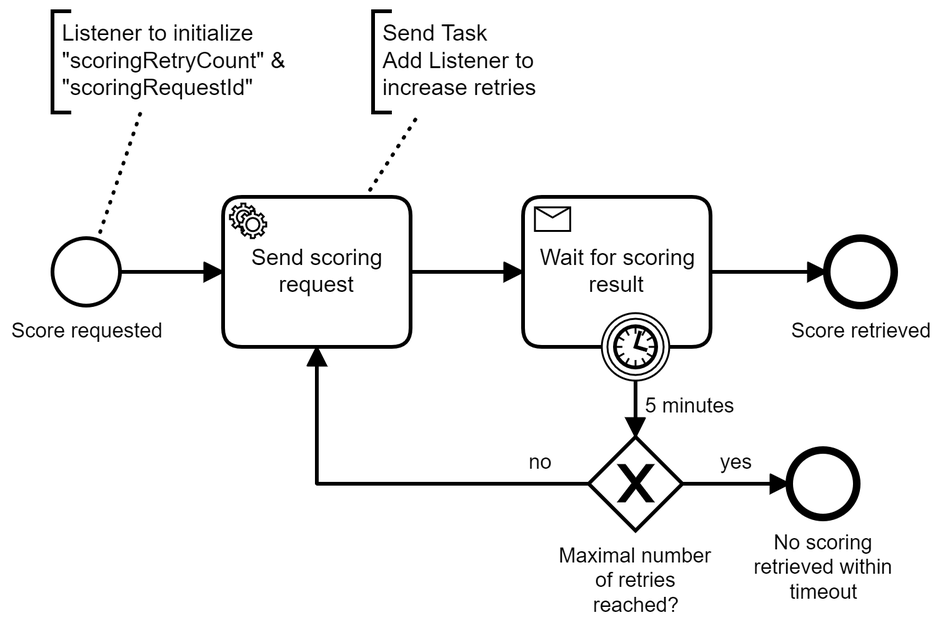
berndruecker/customer-onboarding-camunda-8-springboot-extended keeps this BPMN diagram as docs/customer-scoring.png. Above is the earlier version. Its source is kept beside it as src/main/resources/customer-scoring.bpmn. Ids are renumbered.
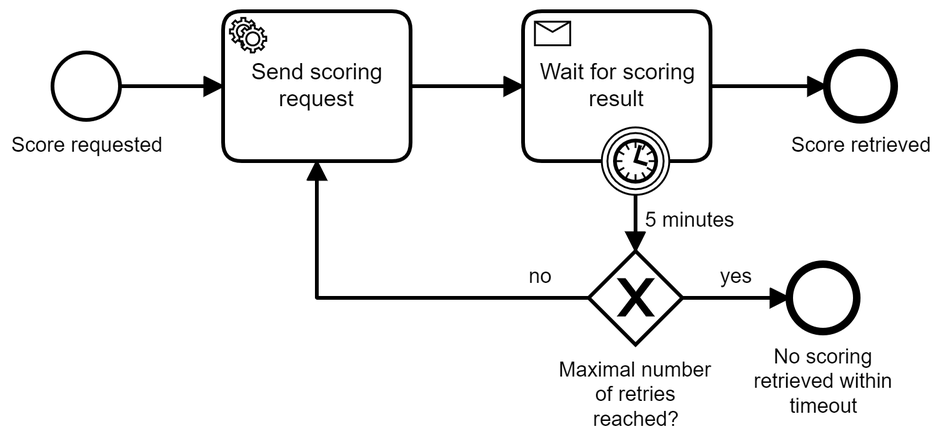
Later version of the same file.

Commit message:
Added testcase using testcontainer (for Zeebe and RabbitMQ)

Change to the diagram source:
```diff
@@ -1,4 +1,4 @@
-<bpmn:definitions xmlns:bpmn="http://www.omg.org/spec/BPMN/20100524/MODEL" xmlns:bpmndi="http://www.omg.org/spec/BPMN/20100524/DI" xmlns:dc="http://www.omg.org/spec/DD/20100524/DC" xmlns:di="http://www.omg.org/spec/DD/20100524/DI" xmlns:zeebe="http://camunda.org/schema/zeebe/1.0" xmlns:xsi="http://www.w3.org/2001/XMLSchema-instance" id="Definitions_n1" targetNamespace="http://bpmn.io/schema/bpmn" exporter="Zeebe Modeler" exporterVersion="0.11.0">
+<bpmn:definitions xmlns:bpmn="http://www.omg.org/spec/BPMN/20100524/MODEL" xmlns:bpmndi="http://www.omg.org/spec/BPMN/20100524/DI" xmlns:dc="http://www.omg.org/spec/DD/20100524/DC" xmlns:di="http://www.omg.org/spec/DD/20100524/DI" xmlns:zeebe="http://camunda.org/schema/zeebe/1.0" xmlns:xsi="http://www.w3.org/2001/XMLSchema-instance" id="Definitions_n1" targetNamespace="http://bpmn.io/schema/bpmn" exporter="Camunda Modeler" exporterVersion="5.0.0">
   <bpmn:process id="customer-scoring" name="Customer Scoring" isExecutable="true">
     <bpmn:startEvent id="StartEventCustomerScoring" name="Score requested">
       <bpmn:outgoing>Flow_n2</bpmn:outgoing>
@@ -42,15 +42,6 @@
     <bpmn:sequenceFlow id="Flow_n9" name="yes" sourceRef="GatewayRetries" targetRef="EndEventCustomerScoringFailed">
       <bpmn:conditionExpression xsi:type="bpmn:tFormalExpression">= scoringRetryCount &gt; 5</bpmn:conditionExpression>
     </bpmn:sequenceFlow>
-    <bpmn:textAnnotation id="TextAnnotation_n10">
-      <bpmn:text>Send Task
-Add Listener to increase retries</bpmn:text>
-    </bpmn:textAnnotation>
-    <bpmn:association id="Association_n11" sourceRef="TaskSendScoringRequest" targetRef="TextAnnotation_n10" />
-    <bpmn:textAnnotation id="TextAnnotation_n12">
-      <bpmn:text>Listener to initialize "scoringRetryCount" &amp; "scoringRequestId"</bpmn:text>
-    </bpmn:textAnnotation>
-    <bpmn:association id="Association_n13" sourceRef="StartEventCustomerScoring" targetRef="TextAnnotation_n12" />
   </bpmn:process>
   <bpmn:message id="Message_n6" name="MessageScoringResult">
     <bpmn:extensionElements>
@@ -60,86 +51,72 @@
   <bpmndi:BPMNDiagram id="BPMNDiagram_1">
     <bpmndi:BPMNPlane id="BPMNPlane_1" bpmnElement="customer-scoring">
       <bpmndi:BPMNEdge id="Flow_n9_di" bpmnElement="Flow_n9">
-        <di:waypoint x="515" y="290" />
-        <di:waypoint x="572" y="290" />
+        <di:waypoint x="515" y="230" />
+        <di:waypoint x="572" y="230" />
         <bpmndi:BPMNLabel>
-          <dc:Bounds x="535" y="272" width="18" height="14" />
+          <dc:Bounds x="535" y="212" width="18" height="14" />
         </bpmndi:BPMNLabel>
       </bpmndi:BPMNEdge>
       <bpmndi:BPMNEdge id="Flow_n5_di" bpmnElement="Flow_n5">
-        <di:waypoint x="465" y="290" />
-        <di:waypoint x="320" y="290" />
-        <di:waypoint x="320" y="217" />
+        <di:waypoint x="465" y="230" />
+        <di:waypoint x="320" y="230" />
+        <di:waypoint x="320" y="157" />
         <bpmndi:BPMNLabel>
-          <dc:Bounds x="433" y="272" width="13" height="14" />
+          <dc:Bounds x="433" y="212" width="13" height="14" />
         </bpmndi:BPMNLabel>
       </bpmndi:BPMNEdge>
       <bpmndi:BPMNEdge id="Flow_n7_di" bpmnElement="Flow_n7">
-        <di:waypoint x="490" y="235" />
-        <di:waypoint x="490" y="265" />
+        <di:waypoint x="490" y="175" />
+        <di:waypoint x="490" y="205" />
       </bpmndi:BPMNEdge>
       <bpmndi:BPMNEdge id="Flow_n4_di" bpmnElement="Flow_n4">
-        <di:waypoint x="530" y="177" />
-        <di:waypoint x="592" y="177" />
+        <di:waypoint x="530" y="117" />
+        <di:waypoint x="592" y="117" />
       </bpmndi:BPMNEdge>
       <bpmndi:BPMNEdge id="Flow_n3_di" bpmnElement="Flow_n3">
-        <di:waypoint x="370" y="177" />
-        <di:waypoint x="430" y="177" />
+        <di:waypoint x="370" y="117" />
+        <di:waypoint x="430" y="117" />
       </bpmndi:BPMNEdge>
       <bpmndi:BPMNEdge id="Flow_n2_di" bpmnElement="Flow_n2">
-        <di:waypoint x="215" y="177" />
-        <di:waypoint x="270" y="177" />
+        <di:waypoint x="215" y="117" />
+        <di:waypoint x="270" y="117" />
       </bpmndi:BPMNEdge>
       <bpmndi:BPMNShape id="_BPMNShape_StartEvent_2" bpmnElement="StartEventCustomerScoring">
-        <dc:Bounds x="179" y="159" width="36" height="36" />
+        <dc:Bounds x="179" y="99" width="36" height="36" />
         <bpmndi:BPMNLabel>
-          <dc:Bounds x="157" y="202" width="81" height="14" />
+          <dc:Bounds x="157" y="142" width="81" height="14" />
         </bpmndi:BPMNLabel>
       </bpmndi:BPMNShape>
       <bpmndi:BPMNShape id="Event_0rvn37q_di" bpmnElement="EndEventCustomerScoringSuccess">
-        <dc:Bounds x="592" y="159" width="36" height="36" />
+        <dc:Bounds x="592" y="99" width="36" height="36" />
         <bpmndi:BPMNLabel>
-          <dc:Bounds x="573" y="202" width="75" height="14" />
+          <dc:Bounds x="573" y="142" width="75" height="14" />
         </bpmndi:BPMNLabel>
       </bpmndi:BPMNShape>
       <bpmndi:BPMNShape id="Activity_1u2rn3a_di" bpmnElement="TaskSendScoringRequest">
-        <dc:Bounds x="270" y="137" width="100" height="80" />
+        <dc:Bounds x="270" y="77" width="100" height="80" />
       </bpmndi:BPMNShape>
       <bpmndi:BPMNShape id="Activity_0wab0p0_di" bpmnElement="TaskWaitForScoringResult">
-        <dc:Bounds x="430" y="137" width="100" height="80" />
+        <dc:Bounds x="430" y="77" width="100" height="80" />
       </bpmndi:BPMNShape>
       <bpmndi:BPMNShape id="Gateway_0lz9s32_di" bpmnElement="GatewayRetries" isMarkerVisible="true">
-        <dc:Bounds x="465" y="265" width="50" height="50" />
+        <dc:Bounds x="465" y="205" width="50" height="50" />
         <bpmndi:BPMNLabel>
-          <dc:Bounds x="449" y="322" width="83" height="40" />
+          <dc:Bounds x="449" y="262" width="83" height="40" />
         </bpmndi:BPMNLabel>
       </bpmndi:BPMNShape>
       <bpmndi:BPMNShape id="Event_107xkrh_di" bpmnElement="EndEventCustomerScoringFailed">
-        <dc:Bounds x="572" y="272" width="36" height="36" />
+        <dc:Bounds x="572" y="212" width="36" height="36" />
         <bpmndi:BPMNLabel>
-          <dc:Bounds x="553" y="315" width="74" height="40" />
+          <dc:Bounds x="553" y="255" width="74" height="40" />
         </bpmndi:BPMNLabel>
       </bpmndi:BPMNShape>
-      <bpmndi:BPMNShape id="TextAnnotation_n10_di" bpmnElement="TextAnnotation_n10">
-        <dc:Bounds x="350" y="38" width="100" height="54" />
-      </bpmndi:BPMNShape>
-      <bpmndi:BPMNShape id="TextAnnotation_n12_di" bpmnElement="TextAnnotation_n12">
-        <dc:Bounds x="179" y="38" width="151" height="54" />
-      </bpmndi:BPMNShape>
       <bpmndi:BPMNShape id="Event_0bta2u2_di" bpmnElement="TimerScoringResultTimeout">
-        <dc:Bounds x="472" y="199" width="36" height="36" />
+        <dc:Bounds x="472" y="139" width="36" height="36" />
         <bpmndi:BPMNLabel>
-          <dc:Bounds x="495" y="242" width="49" height="14" />
+          <dc:Bounds x="495" y="182" width="49" height="14" />
         </bpmndi:BPMNLabel>
       </bpmndi:BPMNShape>
-      <bpmndi:BPMNEdge id="Association_n11_di" bpmnElement="Association_n11">
-        <di:waypoint x="346" y="137" />
-        <di:waypoint x="375" y="92" />
-      </bpmndi:BPMNEdge>
-      <bpmndi:BPMNEdge id="Association_n13_di" bpmnElement="Association_n13">
-        <di:waypoint x="203" y="160" />
-        <di:waypoint x="226" y="92" />
-      </bpmndi:BPMNEdge>
     </bpmndi:BPMNPlane>
   </bpmndi:BPMNDiagram>
 </bpmn:definitions>
```
